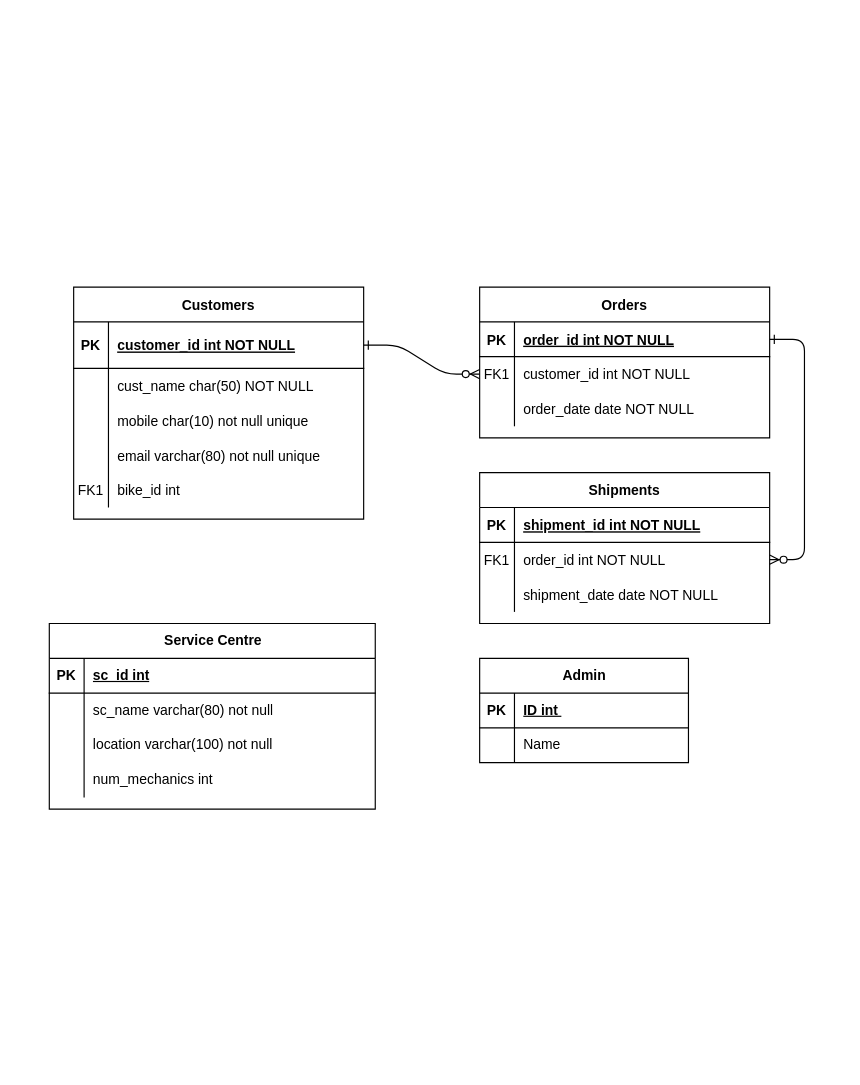
Before: bikedoc.drawio in abhihksd/Bike-Doctor, a draw.io diagram. Source tidied: cells renumbered, new cells numbered last; positions are measured from the earlier drawing's top-left corner, leaving out a move shared by most shapes. Both pictures are drawn from the tidied source at 116%, with x=0, y=0 at pixel (49, 287).
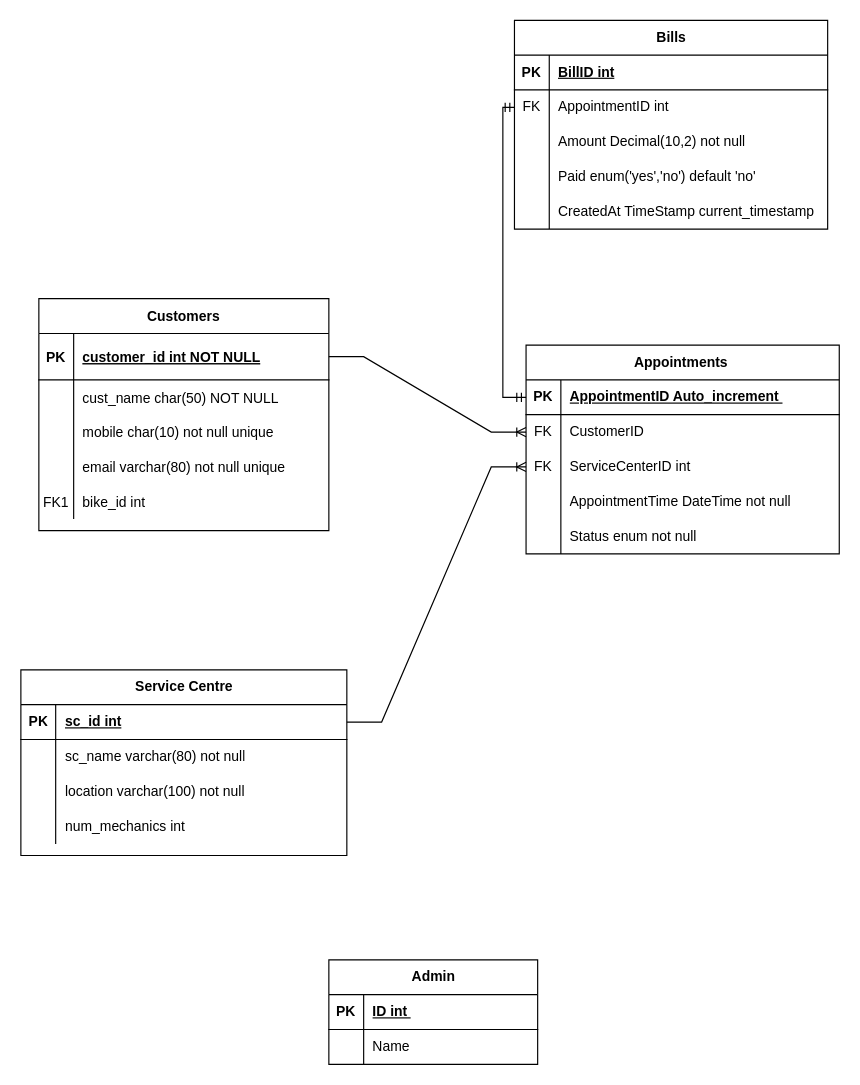
The same page after the edit.

Unchanged cells that the change refers to:
```xml
<mxCell id="25" style="shape=partialRectangle;fillColor=none;points=[[0,0.5],[1,0.5]];portConstraint=eastwest;top=0;left=0;right=0;bottom=1;" parent="24" vertex="1">
  <mxGeometry y="30" width="250" height="40" as="geometry" />
</mxCell>
<mxCell id="41" style="shape=tableRow;horizontal=0;startSize=0;swimlaneHead=0;swimlaneBody=0;fillColor=none;points=[[0,0.5],[1,0.5]];portConstraint=eastwest;top=0;left=0;right=0;bottom=1;" parent="40" vertex="1">
  <mxGeometry y="30" width="281" height="30" as="geometry" />
</mxCell>
```

What changed in the source:
```diff
@@
-    <mxCell id="2" style="edgeStyle=entityRelationEdgeStyle;endArrow=ERzeroToMany;startArrow=ERone;endFill=1;startFill=0;" parent="1" edge="1" source="25" target="8">
-      <mxGeometry relative="1" as="geometry" />
-    </mxCell>
-    <mxCell id="3" style="edgeStyle=entityRelationEdgeStyle;endArrow=ERzeroToMany;startArrow=ERone;endFill=1;startFill=0;" parent="1" edge="1" source="5" target="18">
-      <mxGeometry relative="1" as="geometry" />
-    </mxCell>
-    <mxCell id="4" value="Orders" style="shape=table;startSize=30;childLayout=tableLayout;rowLines=0;fontStyle=1;align=center;" parent="1" vertex="1">
-      <mxGeometry x="371" width="250" height="130" as="geometry" />
-    </mxCell>
-    <mxCell id="5" style="shape=partialRectangle;fillColor=none;points=[[0,0.5],[1,0.5]];portConstraint=eastwest;top=0;left=0;right=0;bottom=1;" parent="4" vertex="1">
-      <mxGeometry y="30" width="250" height="30" as="geometry" />
-    </mxCell>
-    <mxCell id="6" value="PK" style="shape=partialRectangle;overflow=hidden;fillColor=none;top=0;left=0;bottom=0;right=0;fontStyle=1;" parent="5" vertex="1">
-      <mxGeometry width="30" height="30" as="geometry" />
-    </mxCell>
-    <mxCell id="7" value="order_id int NOT NULL " style="shape=partialRectangle;overflow=hidden;fillColor=none;top=0;left=0;bottom=0;right=0;align=left;spacingLeft=6;fontStyle=5;" parent="5" vertex="1">
-      <mxGeometry x="30" width="220" height="30" as="geometry" />
-    </mxCell>
-    <mxCell id="8" style="shape=partialRectangle;fillColor=none;points=[[0,0.5],[1,0.5]];portConstraint=eastwest;top=0;left=0;right=0;bottom=0;" parent="4" vertex="1">
-      <mxGeometry y="60" width="250" height="30" as="geometry" />
-    </mxCell>
-    <mxCell id="9" value="FK1" style="shape=partialRectangle;overflow=hidden;fillColor=none;top=0;left=0;bottom=0;right=0;" parent="8" vertex="1">
-      <mxGeometry width="30" height="30" as="geometry" />
-    </mxCell>
-    <mxCell id="10" value="customer_id int NOT NULL" style="shape=partialRectangle;overflow=hidden;fillColor=none;top=0;left=0;bottom=0;right=0;align=left;spacingLeft=6;" parent="8" vertex="1">
-      <mxGeometry x="30" width="220" height="30" as="geometry" />
-    </mxCell>
-    <mxCell id="11" style="shape=partialRectangle;fillColor=none;top=0;left=0;right=0;bottom=0;" parent="4" vertex="1">
-      <mxGeometry y="90" width="250" height="30" as="geometry" />
-    </mxCell>
-    <mxCell id="12" style="shape=partialRectangle;overflow=hidden;fillColor=none;top=0;left=0;bottom=0;right=0;" parent="11" vertex="1">
-      <mxGeometry width="30" height="30" as="geometry" />
-    </mxCell>
-    <mxCell id="13" value="order_date date NOT NULL" style="shape=partialRectangle;overflow=hidden;fillColor=none;top=0;left=0;bottom=0;right=0;align=left;spacingLeft=6;" parent="11" vertex="1">
-      <mxGeometry x="30" width="220" height="30" as="geometry" />
-    </mxCell>
-    <mxCell id="14" value="Shipments" style="shape=table;startSize=30;childLayout=tableLayout;rowLines=0;fontStyle=1;align=center;" parent="1" vertex="1">
-      <mxGeometry x="371" y="160" width="250" height="130" as="geometry" />
-    </mxCell>
-    <mxCell id="15" style="shape=partialRectangle;fillColor=none;top=0;left=0;right=0;bottom=1;" parent="14" vertex="1">
-      <mxGeometry y="30" width="250" height="30" as="geometry" />
-    </mxCell>
-    <mxCell id="16" value="PK" style="shape=partialRectangle;overflow=hidden;fillColor=none;top=0;left=0;bottom=0;right=0;fontStyle=1;" parent="15" vertex="1">
-      <mxGeometry width="30" height="30" as="geometry" />
-    </mxCell>
-    <mxCell id="17" value="shipment_id int NOT NULL " style="shape=partialRectangle;overflow=hidden;fillColor=none;top=0;left=0;bottom=0;right=0;align=left;spacingLeft=6;fontStyle=5;" parent="15" vertex="1">
-      <mxGeometry x="30" width="220" height="30" as="geometry" />
-    </mxCell>
-    <mxCell id="18" style="shape=partialRectangle;fillColor=none;points=[[0,0.5],[1,0.5]];portConstraint=eastwest;top=0;left=0;right=0;bottom=0;" parent="14" vertex="1">
-      <mxGeometry y="60" width="250" height="30" as="geometry" />
-    </mxCell>
-    <mxCell id="19" value="FK1" style="shape=partialRectangle;overflow=hidden;fillColor=none;top=0;left=0;bottom=0;right=0;" parent="18" vertex="1">
-      <mxGeometry width="30" height="30" as="geometry" />
-    </mxCell>
-    <mxCell id="20" value="order_id int NOT NULL" style="shape=partialRectangle;overflow=hidden;fillColor=none;top=0;left=0;bottom=0;right=0;align=left;spacingLeft=6;" parent="18" vertex="1">
-      <mxGeometry x="30" width="220" height="30" as="geometry" />
-    </mxCell>
-    <mxCell id="21" style="shape=partialRectangle;fillColor=none;top=0;left=0;right=0;bottom=0;" parent="14" vertex="1">
-      <mxGeometry y="90" width="250" height="30" as="geometry" />
-    </mxCell>
-    <mxCell id="22" style="shape=partialRectangle;overflow=hidden;fillColor=none;top=0;left=0;bottom=0;right=0;" parent="21" vertex="1">
-      <mxGeometry width="30" height="30" as="geometry" />
-    </mxCell>
-    <mxCell id="23" value="shipment_date date NOT NULL" style="shape=partialRectangle;overflow=hidden;fillColor=none;top=0;left=0;bottom=0;right=0;align=left;spacingLeft=6;" parent="21" vertex="1">
-      <mxGeometry x="30" width="220" height="30" as="geometry" />
-    </mxCell>
     <mxCell id="24" value="Customers" style="shape=table;startSize=30;childLayout=tableLayout;rowLines=0;fontStyle=1;align=center;" parent="1" vertex="1">
-      <mxGeometry x="21" width="250" height="200" as="geometry" />
+      <mxGeometry x="-9" y="10" width="250" height="200" as="geometry" />
     </mxCell>
@@
     <mxCell id="40" value="Service Centre" style="shape=table;startSize=30;childLayout=tableLayout;rowLines=0;fontStyle=1;align=center;html=1;" parent="1" vertex="1">
-      <mxGeometry y="290" width="281" height="160" as="geometry" />
+      <mxGeometry x="-24.5" y="330" width="281" height="160" as="geometry" />
     </mxCell>
@@
     <mxCell id="53" value="Admin" style="shape=table;startSize=30;childLayout=tableLayout;rowLines=0;fontStyle=1;align=center;html=1;" parent="1" vertex="1">
-      <mxGeometry x="371" y="320" width="180" height="90" as="geometry" />
+      <mxGeometry x="241" y="580" width="180" height="90" as="geometry" />
     </mxCell>
@@
+    <mxCell id="60" value="Appointments&amp;nbsp;" style="shape=table;startSize=30;childLayout=tableLayout;rowLines=0;fontStyle=1;align=center;html=1;" parent="1" vertex="1">
+      <mxGeometry x="411" y="50" width="270" height="180" as="geometry" />
+    </mxCell>
+    <mxCell id="61" style="shape=tableRow;horizontal=0;startSize=0;swimlaneHead=0;swimlaneBody=0;fillColor=none;points=[[0,0.5],[1,0.5]];portConstraint=eastwest;top=0;left=0;right=0;bottom=1;" parent="60" vertex="1">
+      <mxGeometry y="30" width="270" height="30" as="geometry" />
+    </mxCell>
+    <mxCell id="62" value="PK" style="shape=partialRectangle;fillColor=none;top=0;left=0;bottom=0;right=0;fontStyle=1;overflow=hidden;whiteSpace=wrap;html=1;" parent="61" vertex="1">
+      <mxGeometry width="30" height="30" as="geometry" />
+    </mxCell>
+    <mxCell id="63" value="AppointmentID Auto_increment&amp;nbsp;" style="shape=partialRectangle;fillColor=none;top=0;left=0;bottom=0;right=0;align=left;spacingLeft=6;fontStyle=5;overflow=hidden;whiteSpace=wrap;html=1;" parent="61" vertex="1">
+      <mxGeometry x="30" width="240" height="30" as="geometry" />
+    </mxCell>
+    <mxCell id="64" style="shape=tableRow;horizontal=0;startSize=0;swimlaneHead=0;swimlaneBody=0;fillColor=none;points=[[0,0.5],[1,0.5]];portConstraint=eastwest;top=0;left=0;right=0;bottom=0;" parent="60" vertex="1">
+      <mxGeometry y="60" width="270" height="30" as="geometry" />
+    </mxCell>
+    <mxCell id="65" value="FK" style="shape=partialRectangle;fillColor=none;top=0;left=0;bottom=0;right=0;overflow=hidden;whiteSpace=wrap;html=1;" parent="64" vertex="1">
+      <mxGeometry width="30" height="30" as="geometry" />
+    </mxCell>
+    <mxCell id="66" value="CustomerID" style="shape=partialRectangle;fillColor=none;top=0;left=0;bottom=0;right=0;align=left;spacingLeft=6;overflow=hidden;whiteSpace=wrap;html=1;" parent="64" vertex="1">
+      <mxGeometry x="30" width="240" height="30" as="geometry" />
+    </mxCell>
+    <mxCell id="67" style="shape=tableRow;horizontal=0;startSize=0;swimlaneHead=0;swimlaneBody=0;fillColor=none;points=[[0,0.5],[1,0.5]];portConstraint=eastwest;top=0;left=0;right=0;bottom=0;" parent="60" vertex="1">
+      <mxGeometry y="90" width="270" height="30" as="geometry" />
+    </mxCell>
+    <mxCell id="68" value="FK" style="shape=partialRectangle;fillColor=none;top=0;left=0;bottom=0;right=0;overflow=hidden;whiteSpace=wrap;html=1;" parent="67" vertex="1">
+      <mxGeometry width="30" height="30" as="geometry" />
+    </mxCell>
+    <mxCell id="69" value="ServiceCenterID int&amp;nbsp;" style="shape=partialRectangle;fillColor=none;top=0;left=0;bottom=0;right=0;align=left;spacingLeft=6;overflow=hidden;whiteSpace=wrap;html=1;" parent="67" vertex="1">
+      <mxGeometry x="30" width="240" height="30" as="geometry" />
+    </mxCell>
+    <mxCell id="70" style="shape=tableRow;horizontal=0;startSize=0;swimlaneHead=0;swimlaneBody=0;fillColor=none;top=0;left=0;right=0;bottom=0;" parent="60" vertex="1">
+      <mxGeometry y="120" width="270" height="30" as="geometry" />
+    </mxCell>
+    <mxCell id="71" style="shape=partialRectangle;fillColor=none;top=0;left=0;bottom=0;right=0;overflow=hidden;whiteSpace=wrap;html=1;" parent="70" vertex="1">
+      <mxGeometry width="30" height="30" as="geometry" />
+    </mxCell>
+    <mxCell id="72" value="AppointmentTime DateTime not null&amp;nbsp;" style="shape=partialRectangle;fillColor=none;top=0;left=0;bottom=0;right=0;align=left;spacingLeft=6;overflow=hidden;whiteSpace=wrap;html=1;" parent="70" vertex="1">
+      <mxGeometry x="30" width="240" height="30" as="geometry" />
+    </mxCell>
+    <mxCell id="73" style="shape=tableRow;horizontal=0;startSize=0;swimlaneHead=0;swimlaneBody=0;fillColor=none;top=0;left=0;right=0;bottom=0;" parent="60" vertex="1">
+      <mxGeometry y="150" width="270" height="30" as="geometry" />
+    </mxCell>
+    <mxCell id="74" style="shape=partialRectangle;fillColor=none;top=0;left=0;bottom=0;right=0;overflow=hidden;whiteSpace=wrap;html=1;" parent="73" vertex="1">
+      <mxGeometry width="30" height="30" as="geometry" />
+    </mxCell>
+    <mxCell id="75" value="Status enum not null&amp;nbsp;" style="shape=partialRectangle;fillColor=none;top=0;left=0;bottom=0;right=0;align=left;spacingLeft=6;overflow=hidden;whiteSpace=wrap;html=1;" parent="73" vertex="1">
+      <mxGeometry x="30" width="240" height="30" as="geometry" />
+    </mxCell>
+    <mxCell id="76" style="edgeStyle=entityRelationEdgeStyle;fontSize=12;html=1;endArrow=ERoneToMany;rounded=0;exitX=1;exitY=0.5;exitDx=0;exitDy=0;" parent="1" edge="1" source="25" target="64">
+      <mxGeometry relative="1" as="geometry" />
+    </mxCell>
+    <mxCell id="77" style="edgeStyle=entityRelationEdgeStyle;fontSize=12;html=1;endArrow=ERoneToMany;rounded=0;exitX=1;exitY=0.5;exitDx=0;exitDy=0;entryX=0;entryY=0.5;entryDx=0;entryDy=0;" parent="1" edge="1" source="41" target="67">
+      <mxGeometry relative="1" as="geometry" />
+    </mxCell>
+    <mxCell id="78" value="Bills" style="shape=table;startSize=30;childLayout=tableLayout;rowLines=0;fontStyle=1;align=center;html=1;" parent="1" vertex="1">
+      <mxGeometry x="401" y="-230" width="270" height="180" as="geometry" />
+    </mxCell>
+    <mxCell id="79" style="shape=tableRow;horizontal=0;startSize=0;swimlaneHead=0;swimlaneBody=0;fillColor=none;top=0;left=0;right=0;bottom=1;" parent="78" vertex="1">
+      <mxGeometry y="30" width="270" height="30" as="geometry" />
+    </mxCell>
+    <mxCell id="80" value="PK" style="shape=partialRectangle;fillColor=none;top=0;left=0;bottom=0;right=0;fontStyle=1;overflow=hidden;whiteSpace=wrap;html=1;" parent="79" vertex="1">
+      <mxGeometry width="30" height="30" as="geometry" />
+    </mxCell>
+    <mxCell id="81" value="BillID int" style="shape=partialRectangle;fillColor=none;top=0;left=0;bottom=0;right=0;align=left;spacingLeft=6;fontStyle=5;overflow=hidden;whiteSpace=wrap;html=1;" parent="79" vertex="1">
+      <mxGeometry x="30" width="240" height="30" as="geometry" />
+    </mxCell>
+    <mxCell id="82" style="shape=tableRow;horizontal=0;startSize=0;swimlaneHead=0;swimlaneBody=0;fillColor=none;points=[[0,0.5],[1,0.5]];portConstraint=eastwest;top=0;left=0;right=0;bottom=0;" parent="78" vertex="1">
+      <mxGeometry y="60" width="270" height="30" as="geometry" />
+    </mxCell>
+    <mxCell id="83" value="FK" style="shape=partialRectangle;fillColor=none;top=0;left=0;bottom=0;right=0;overflow=hidden;whiteSpace=wrap;html=1;" parent="82" vertex="1">
+      <mxGeometry width="30" height="30" as="geometry" />
+    </mxCell>
+    <mxCell id="84" value="AppointmentID int&amp;nbsp;" style="shape=partialRectangle;fillColor=none;top=0;left=0;bottom=0;right=0;align=left;spacingLeft=6;overflow=hidden;whiteSpace=wrap;html=1;" parent="82" vertex="1">
+      <mxGeometry x="30" width="240" height="30" as="geometry" />
+    </mxCell>
+    <mxCell id="85" style="shape=tableRow;horizontal=0;startSize=0;swimlaneHead=0;swimlaneBody=0;fillColor=none;top=0;left=0;right=0;bottom=0;" parent="78" vertex="1">
+      <mxGeometry y="90" width="270" height="30" as="geometry" />
+    </mxCell>
+    <mxCell id="86" style="shape=partialRectangle;fillColor=none;top=0;left=0;bottom=0;right=0;overflow=hidden;whiteSpace=wrap;html=1;" parent="85" vertex="1">
+      <mxGeometry width="30" height="30" as="geometry" />
+    </mxCell>
+    <mxCell id="87" value="Amount Decimal(10,2) not null" style="shape=partialRectangle;fillColor=none;top=0;left=0;bottom=0;right=0;align=left;spacingLeft=6;overflow=hidden;whiteSpace=wrap;html=1;" parent="85" vertex="1">
+      <mxGeometry x="30" width="240" height="30" as="geometry" />
+    </mxCell>
+    <mxCell id="88" style="shape=tableRow;horizontal=0;startSize=0;swimlaneHead=0;swimlaneBody=0;fillColor=none;top=0;left=0;right=0;bottom=0;" parent="78" vertex="1">
+      <mxGeometry y="120" width="270" height="30" as="geometry" />
+    </mxCell>
+    <mxCell id="89" style="shape=partialRectangle;fillColor=none;top=0;left=0;bottom=0;right=0;overflow=hidden;whiteSpace=wrap;html=1;" parent="88" vertex="1">
+      <mxGeometry width="30" height="30" as="geometry" />
+    </mxCell>
+    <mxCell id="90" value="Paid enum('yes','no') default 'no'" style="shape=partialRectangle;fillColor=none;top=0;left=0;bottom=0;right=0;align=left;spacingLeft=6;overflow=hidden;whiteSpace=wrap;html=1;" parent="88" vertex="1">
+      <mxGeometry x="30" width="240" height="30" as="geometry" />
+    </mxCell>
+    <mxCell id="91" style="shape=tableRow;horizontal=0;startSize=0;swimlaneHead=0;swimlaneBody=0;fillColor=none;top=0;left=0;right=0;bottom=0;" parent="78" vertex="1">
+      <mxGeometry y="150" width="270" height="30" as="geometry" />
+    </mxCell>
+    <mxCell id="92" style="shape=partialRectangle;fillColor=none;top=0;left=0;bottom=0;right=0;overflow=hidden;whiteSpace=wrap;html=1;" parent="91" vertex="1">
+      <mxGeometry width="30" height="30" as="geometry" />
+    </mxCell>
+    <mxCell id="93" value="CreatedAt TimeStamp current_timestamp&amp;nbsp;" style="shape=partialRectangle;fillColor=none;top=0;left=0;bottom=0;right=0;align=left;spacingLeft=6;overflow=hidden;whiteSpace=wrap;html=1;" parent="91" vertex="1">
+      <mxGeometry x="30" width="240" height="30" as="geometry" />
+    </mxCell>
+    <mxCell id="94" style="fontSize=12;html=1;endArrow=ERmandOne;startArrow=ERmandOne;rounded=0;entryX=0;entryY=0.5;entryDx=0;entryDy=0;exitX=0;exitY=0.5;exitDx=0;exitDy=0;elbow=vertical;edgeStyle=orthogonalEdgeStyle;" parent="1" edge="1" source="61" target="82">
+      <mxGeometry relative="1" as="geometry" />
+    </mxCell>
```
